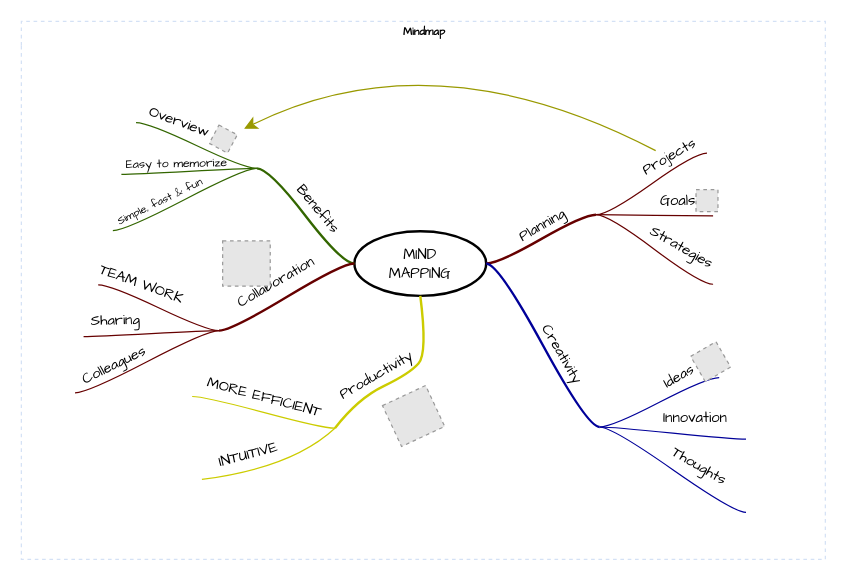
Before: Unbenanntes Diagramm.drawio in Kamo1951/Pruefungsvorbereitung, a draw.io diagram. Source tidied: cells renumbered, new cells numbered last; positions are measured from the earlier drawing's top-left corner, leaving out a move shared by most shapes. Both pictures are drawn from the tidied source at 122%, with x=0, y=0 at pixel (21, 21). Pictures stored in the file or linked from it are replaced by grey dashed boxes.
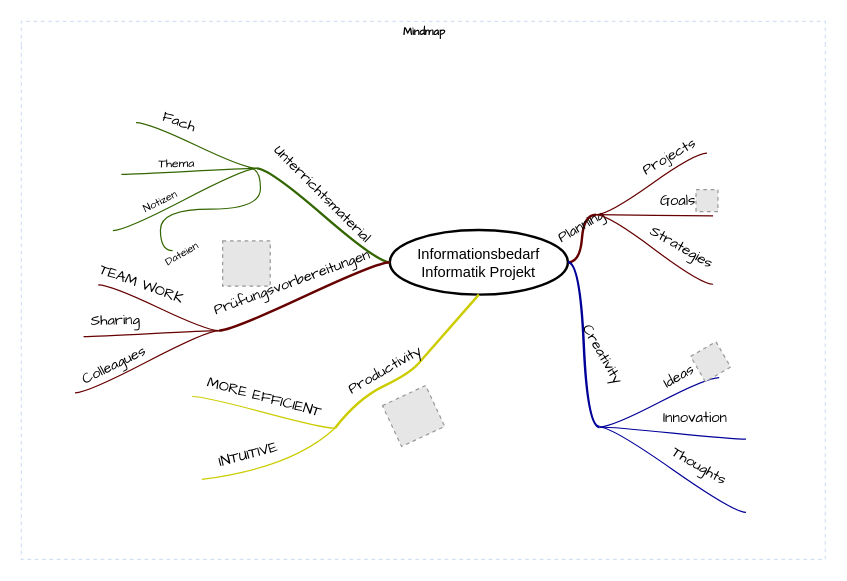
After the change.

The change refers to these unchanged cells:
```xml
<mxCell id="2" value="Mindmap" style="swimlane;html=1;startSize=20;horizontal=1;containerType=tree;labelBackgroundColor=none;strokeColor=#D4E1F5;strokeWidth=1;fillColor=none;fontFamily=Comic Sans MS;fontSize=9;swimlaneLine=0;dashed=1;" parent="1" vertex="1">
  <mxGeometry width="659" height="441" as="geometry" />
</mxCell>
<mxCell id="9" value="Projects" style="text;html=1;points=[];align=center;verticalAlign=middle;labelBackgroundColor=none;fontFamily=Comic Sans MS;rotation=-30;" parent="8" vertex="1">
  <mxGeometry x="0.26" relative="1" as="geometry">
    <mxPoint x="3" y="-14" as="offset" />
  </mxGeometry>
</mxCell>
<mxCell id="32" style="whiteSpace=wrap;html=1;rounded=1;arcSize=50;align=center;verticalAlign=middle;strokeWidth=1;spacing=4;" parent="2" vertex="1">
  <mxGeometry x="193" y="120" height="1" as="geometry" />
</mxCell>
<mxCell id="33" style="edgeStyle=entityRelationEdgeStyle;startArrow=none;endArrow=none;segment=10;curved=1;strokeWidth=2;strokeColor=#336600;rounded=0;fontSize=12;startSize=8;endSize=8;" parent="2" edge="1" source="3" target="32">
  <mxGeometry relative="1" as="geometry" />
</mxCell>
<mxCell id="36" style="edgeStyle=entityRelationEdgeStyle;startArrow=none;endArrow=none;segment=10;curved=1;strokeColor=#336600;rounded=0;fontSize=12;startSize=8;endSize=8;" parent="2" edge="1" source="32" target="35">
  <mxGeometry relative="1" as="geometry" />
</mxCell>
<mxCell id="39" style="edgeStyle=entityRelationEdgeStyle;startArrow=none;endArrow=none;segment=10;curved=1;strokeColor=#336600;rounded=0;fontSize=12;startSize=8;endSize=8;" parent="2" edge="1" source="32" target="38">
  <mxGeometry relative="1" as="geometry" />
</mxCell>
<mxCell id="42" style="edgeStyle=entityRelationEdgeStyle;startArrow=none;endArrow=none;segment=10;curved=1;strokeColor=#336600;rounded=0;fontSize=12;startSize=8;endSize=8;" parent="2" edge="1" source="32" target="41">
  <mxGeometry relative="1" as="geometry" />
</mxCell>
<mxCell id="48" style="edgeStyle=entityRelationEdgeStyle;startArrow=none;endArrow=none;segment=10;curved=1;strokeWidth=2;strokeColor=#660000;rounded=0;fontSize=12;startSize=8;endSize=8;" parent="2" edge="1" source="3" target="47">
  <mxGeometry relative="1" as="geometry" />
</mxCell>
```

Diff of the diagram source:
```diff
@@
-    <mxCell id="3" value="&lt;font face=&quot;Comic Sans MS&quot;&gt;MIND&lt;br&gt;MAPPING&lt;/font&gt;" style="ellipse;whiteSpace=wrap;html=1;align=center;strokeWidth=2;" parent="2" vertex="1">
-      <mxGeometry x="273" y="172" width="108" height="53" as="geometry" />
+    <mxCell id="3" value="Informationsbedarf Informatik Projekt" style="ellipse;whiteSpace=wrap;html=1;align=center;strokeWidth=2;" parent="2" vertex="1">
+      <mxGeometry x="302" y="171" width="146" height="53" as="geometry" />
     </mxCell>
@@
-    <mxCell id="34" value="Benefits" style="text;html=1;align=center;verticalAlign=middle;labelBackgroundColor=none;rotation=50;fontFamily=Comic Sans MS;" parent="33" vertex="1">
+    <mxCell id="34" value="Unterrichtsmaterial" style="text;html=1;align=center;verticalAlign=middle;labelBackgroundColor=none;rotation=45;fontFamily=Comic Sans MS;" parent="33" vertex="1">
       <mxGeometry x="0.02" y="2" relative="1" as="geometry">
-        <mxPoint x="12" y="-7" as="offset" />
+        <mxPoint x="1" y="-18" as="offset" />
       </mxGeometry>
     </mxCell>
@@
-    <mxCell id="37" value="Simple, fast &amp;amp; fun" style="text;html=1;align=center;verticalAlign=middle;labelBackgroundColor=none;fontFamily=Comic Sans MS;rotation=-26;fontSize=9;" parent="36" vertex="1">
+    <mxCell id="37" value="Notizen" style="text;html=1;align=center;verticalAlign=middle;labelBackgroundColor=none;fontFamily=Comic Sans MS;rotation=-26;fontSize=9;" parent="36" vertex="1">
       <mxGeometry x="-0.11" y="-1" relative="1" as="geometry">
         <mxPoint x="-27" y="7" as="offset" />
       </mxGeometry>
     </mxCell>
@@
-    <mxCell id="40" value="Easy to memorize" style="text;html=1;align=center;verticalAlign=middle;labelBackgroundColor=none;fontFamily=Comic Sans MS;rotation=-1;fontSize=10;" parent="39" vertex="1">
+    <mxCell id="40" value="Thema" style="text;html=1;align=center;verticalAlign=middle;labelBackgroundColor=none;fontFamily=Comic Sans MS;rotation=-1;fontSize=10;" parent="39" vertex="1">
       <mxGeometry x="-0.11" y="-1" relative="1" as="geometry">
         <mxPoint x="-18" y="-6" as="offset" />
       </mxGeometry>
     </mxCell>
@@
-    <mxCell id="43" value="Overview" style="text;html=1;align=center;verticalAlign=middle;labelBackgroundColor=none;fontFamily=Comic Sans MS;rotation=20;" parent="42" vertex="1">
+    <mxCell id="43" value="Fach" style="text;html=1;align=center;verticalAlign=middle;labelBackgroundColor=none;fontFamily=Comic Sans MS;rotation=20;" parent="42" vertex="1">
       <mxGeometry x="0.26" relative="1" as="geometry">
         <mxPoint x="-2" y="-13" as="offset" />
       </mxGeometry>
     </mxCell>
-    <mxCell id="44" style="fillColor=#E6E6E6;strokeColor=#999999;dashed=1;html=1;verticalAlign=top;verticalLabelPosition=bottom;labelBackgroundColor=#ffffff;fontFamily=Comic Sans MS;fontSize=10;rotation=28;" parent="2" vertex="1">
-      <mxGeometry x="157" y="88" width="17" height="17" as="geometry" />
-    </mxCell>
-    <mxCell id="45" style="endArrow=classic;html=1;curved=1;sourcePerimeterSpacing=10;strokeColor=#999900;targetPerimeterSpacing=7;rounded=0;fontSize=12;startSize=8;endSize=8;" parent="2" edge="1" source="9" target="44">
-      <mxGeometry relative="1" as="geometry">
-        <Array as="points">
-          <mxPoint x="338" y="11" />
-        </Array>
-      </mxGeometry>
-    </mxCell>
-    <mxCell id="46" style="jumpStyle=arc;html=1;endArrow=classicThin;endFill=1;jettySize=auto;strokeColor=none;strokeWidth=2;fontFamily=Comic Sans MS;fontSize=10;rounded=0;startSize=8;endSize=8;curved=1;" parent="2" edge="1" source="32" target="44">
-      <mxGeometry relative="1" as="geometry" />
+    <mxCell id="46" style="jumpStyle=arc;html=1;endArrow=classicThin;endFill=1;jettySize=auto;strokeColor=none;strokeWidth=2;fontFamily=Comic Sans MS;fontSize=10;rounded=0;startSize=8;endSize=8;curved=1;" parent="2" edge="1" source="32">
+      <mxGeometry relative="1" as="geometry">
+        <mxPoint x="172.1" y="102.2" as="targetPoint" />
+      </mxGeometry>
     </mxCell>
@@
-    <mxCell id="49" value="Collaboration" style="text;html=1;align=center;verticalAlign=middle;labelBackgroundColor=none;rotation=-30;fontFamily=Comic Sans MS;" parent="48" vertex="1">
+    <mxCell id="49" value="Prüfungsvorbereitungen" style="text;html=1;align=center;verticalAlign=middle;labelBackgroundColor=none;rotation=-20;fontFamily=Comic Sans MS;" parent="48" vertex="1">
       <mxGeometry x="0.02" y="2" relative="1" as="geometry">
         <mxPoint x="-10" y="-13" as="offset" />
       </mxGeometry>
     </mxCell>
@@
+    <mxCell id="72" style="edgeStyle=entityRelationEdgeStyle;startArrow=none;endArrow=none;segment=10;curved=1;strokeColor=#336600;rounded=0;fontSize=12;startSize=8;endSize=8;" parent="1" edge="1">
+      <mxGeometry relative="1" as="geometry">
+        <mxPoint x="186" y="120" as="sourcePoint" />
+        <mxPoint x="124" y="188" as="targetPoint" />
+      </mxGeometry>
+    </mxCell>
+    <mxCell id="73" value="Dateien" style="text;html=1;align=center;verticalAlign=middle;labelBackgroundColor=none;fontFamily=Comic Sans MS;rotation=-30;fontSize=9;" parent="72" vertex="1">
+      <mxGeometry x="-0.11" y="-1" relative="1" as="geometry">
+        <mxPoint x="-33" y="39" as="offset" />
+      </mxGeometry>
+    </mxCell>
```
